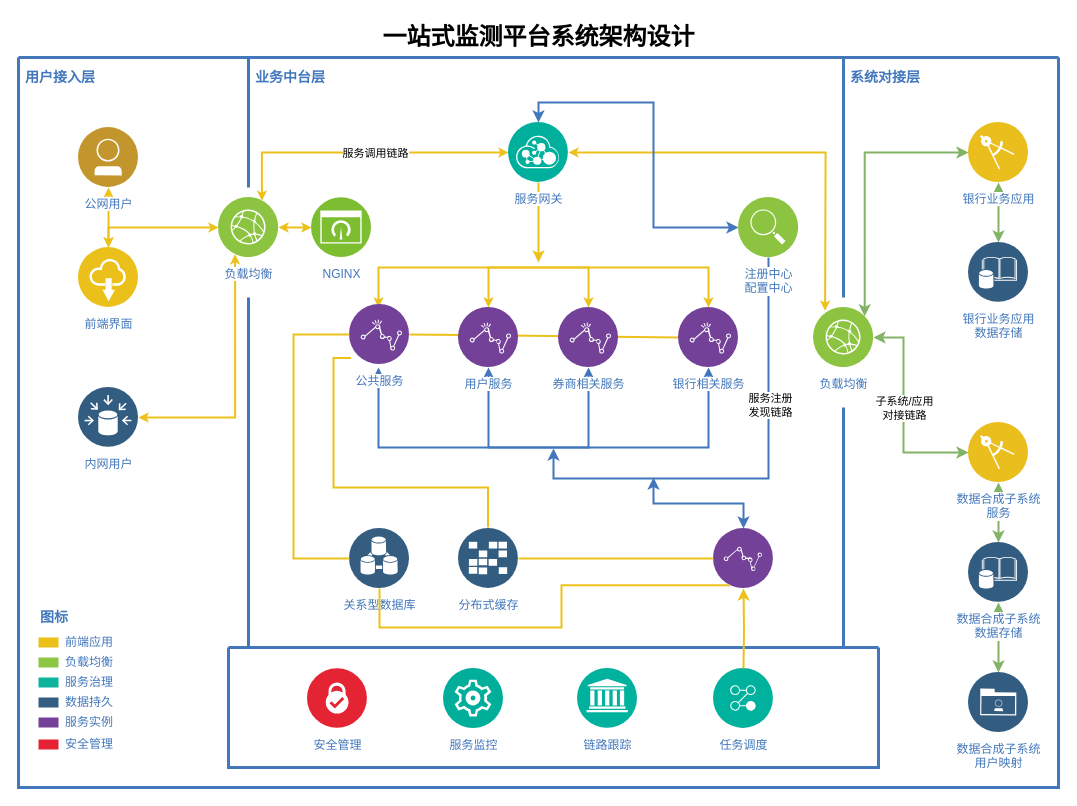
Before: documents/一站式平台.drawio in F46886799/springboot-in-action, a draw.io diagram. Source tidied: cells renumbered, new cells numbered last; positions are measured from the earlier drawing's top-left corner, leaving out a move shared by most shapes. Both pictures are drawn from the tidied source at 100%, with x=0, y=0 at pixel (18, 17).
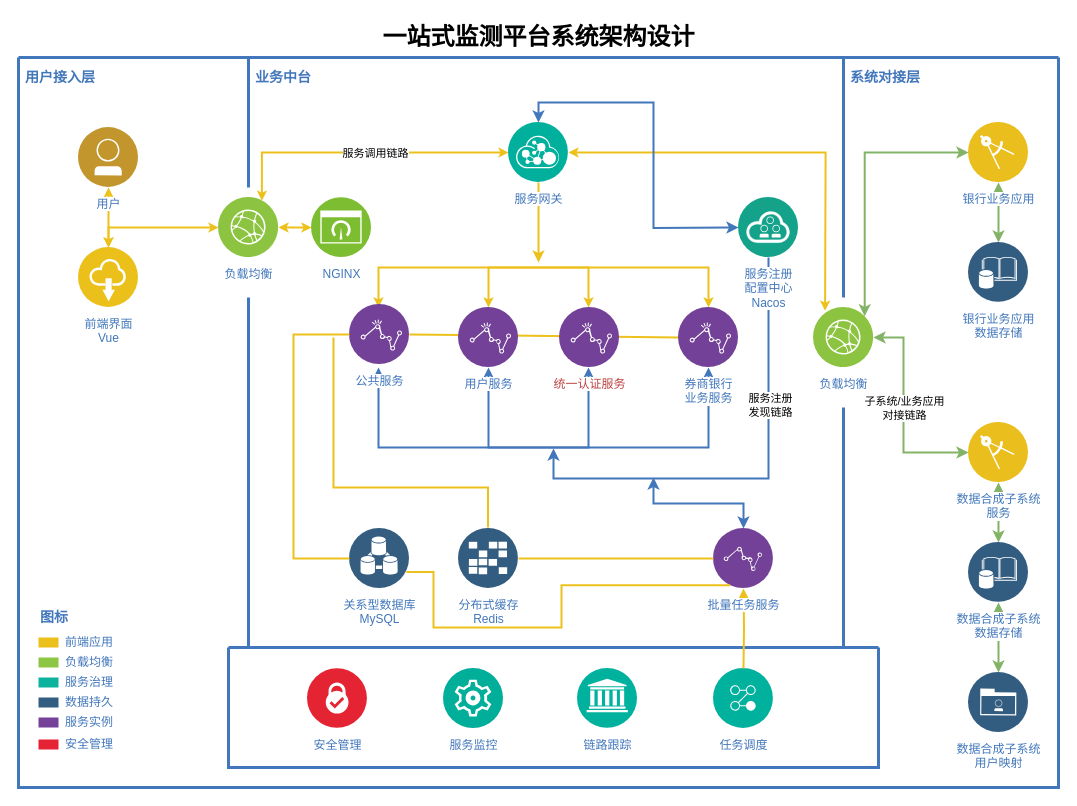
The same page after the edit.

Commit message:
更新一站式平台.drawio

Unchanged cells that the change refers to:
```xml
<mxCell id="2" style="swimlane;shadow=0;strokeColor=#4277BB;fillColor=#ffffff;fontColor=none;align=right;startSize=0;noLabel=1;strokeWidth=3;" parent="1" vertex="1">
  <mxGeometry y="40" width="1040" height="730" as="geometry" />
</mxCell>
<mxCell id="17" value="负载均衡" style="perimeter=ellipsePerimeter;html=1;align=center;shadow=0;dashed=0;image;image=img/lib/ibm/infrastructure/edge_services.svg;strokeColor=#FF0000;fillColor=#FFFF66;gradientColor=none;fontColor=#4277BB;labelBackgroundColor=#ffffff;spacingTop=3;" parent="2" vertex="1">
  <mxGeometry x="200" y="140" width="60" height="60" as="geometry" />
</mxCell>
<mxCell id="19" value="服务网关" style="perimeter=ellipsePerimeter;html=1;align=center;shadow=0;dashed=0;image;image=img/lib/ibm/management/api_management.svg;strokeColor=#FF0000;fillColor=#FFFF66;gradientColor=none;fontColor=#4277BB;labelBackgroundColor=#ffffff;spacingTop=3;" parent="2" vertex="1">
  <mxGeometry x="490" y="65" width="60" height="60" as="geometry" />
</mxCell>
<mxCell id="24" style="edgeStyle=orthogonalEdgeStyle;rounded=0;jettySize=auto;html=1;startArrow=classic;startFill=1;exitX=0;exitY=0.5;exitDx=0;exitDy=0;fillColor=#d5e8d4;strokeColor=#82b366;strokeWidth=2;" parent="2" edge="1" source="26" target="56">
  <mxGeometry relative="1" as="geometry">
    <Array as="points">
      <mxPoint x="885" y="395" />
      <mxPoint x="885" y="280" />
    </Array>
  </mxGeometry>
</mxCell>
<mxCell id="62" value="公共服务" style="perimeter=ellipsePerimeter;html=1;align=center;shadow=0;dashed=0;image;image=img/lib/ibm/analytics/analytics.svg;strokeColor=#FF0000;fillColor=#FFFF66;gradientColor=none;fontColor=#4277BB;labelBackgroundColor=#ffffff;spacingTop=3;" parent="2" vertex="1">
  <mxGeometry x="331" y="247" width="60" height="60" as="geometry" />
</mxCell>
```

Diff of the diagram source:
```diff
@@
-    <mxCell id="5" style="edgeStyle=orthogonalEdgeStyle;rounded=0;html=1;entryX=0.25;entryY=1;labelBackgroundColor=#ffffff;jettySize=auto;strokeColor=#edc11c;fontColor=#000000;strokeWidth=2;endSize=4;startSize=4;startArrow=classic;startFill=1;fillColor=#fff2cc;" parent="2" edge="1" source="16" target="17">
-      <mxGeometry relative="1" as="geometry" />
-    </mxCell>
@@
-    <mxCell id="13" value="公网用户" style="perimeter=ellipsePerimeter;html=1;align=center;shadow=0;dashed=0;image;image=img/lib/ibm/users/user.svg;strokeColor=#FF0000;fillColor=#FFFF66;gradientColor=none;fontColor=#4277BB;labelBackgroundColor=#ffffff;fontSize=12;spacingTop=3;" parent="2" vertex="1">
+    <mxCell id="13" value="用户" style="perimeter=ellipsePerimeter;html=1;align=center;shadow=0;dashed=0;image;image=img/lib/ibm/users/user.svg;strokeColor=#FF0000;fillColor=#FFFF66;gradientColor=none;fontColor=#4277BB;labelBackgroundColor=#ffffff;fontSize=12;spacingTop=3;" parent="2" vertex="1">
       <mxGeometry x="60" y="70" width="60" height="60" as="geometry" />
     </mxCell>
@@
-    <mxCell id="15" value="前端界面" style="perimeter=ellipsePerimeter;html=1;align=center;shadow=0;dashed=0;image;image=img/lib/ibm/applications/saas_applications.svg;strokeColor=#FF0000;fillColor=#FFFF66;gradientColor=none;fontColor=#4277BB;labelBackgroundColor=#ffffff;spacingTop=3;" parent="2" vertex="1">
+    <mxCell id="15" value="前端界面&lt;div&gt;Vue&lt;/div&gt;" style="perimeter=ellipsePerimeter;html=1;align=center;shadow=0;dashed=0;image;image=img/lib/ibm/applications/saas_applications.svg;strokeColor=#FF0000;fillColor=#FFFF66;gradientColor=none;fontColor=#4277BB;labelBackgroundColor=#ffffff;spacingTop=3;" parent="2" vertex="1">
       <mxGeometry x="60" y="190" width="60" height="60" as="geometry" />
     </mxCell>
-    <mxCell id="16" value="内网用户" style="perimeter=ellipsePerimeter;html=1;align=center;shadow=0;dashed=0;image;image=img/lib/ibm/data/data_sources.svg;strokeColor=#FF0000;fillColor=#FFFF66;gradientColor=none;fontColor=#4277BB;labelBackgroundColor=#ffffff;spacingTop=3;" parent="2" vertex="1">
-      <mxGeometry x="60" y="330" width="60" height="60" as="geometry" />
-    </mxCell>
@@
-    <mxCell id="21" value="银行相关服务" style="perimeter=ellipsePerimeter;html=1;align=center;shadow=0;dashed=0;image;image=img/lib/ibm/analytics/analytics.svg;strokeColor=#FF0000;fillColor=#FFFF66;gradientColor=none;fontColor=#4277BB;labelBackgroundColor=#ffffff;spacingTop=3;" parent="2" vertex="1">
+    <mxCell id="21" value="券商银行&lt;div&gt;业务服务&lt;/div&gt;" style="perimeter=ellipsePerimeter;html=1;align=center;shadow=0;dashed=0;image;image=img/lib/ibm/analytics/analytics.svg;strokeColor=#FF0000;fillColor=#FFFF66;gradientColor=none;fontColor=#4277BB;labelBackgroundColor=#ffffff;spacingTop=3;" parent="2" vertex="1">
       <mxGeometry x="660" y="250" width="60" height="60" as="geometry" />
     </mxCell>
-    <mxCell id="22" value="关系型数据库" style="perimeter=ellipsePerimeter;html=1;align=center;shadow=0;dashed=0;image;image=img/lib/ibm/data/device_registry.svg;strokeColor=#FF0000;fillColor=#FFFF66;gradientColor=none;fontColor=#4277BB;labelBackgroundColor=#ffffff;spacingTop=3;" parent="2" vertex="1">
+    <mxCell id="22" value="关系型数据库&lt;div&gt;MySQL&lt;/div&gt;" style="perimeter=ellipsePerimeter;html=1;align=center;shadow=0;dashed=0;image;image=img/lib/ibm/data/device_registry.svg;strokeColor=#FF0000;fillColor=#FFFF66;gradientColor=none;fontColor=#4277BB;labelBackgroundColor=#ffffff;spacingTop=3;" parent="2" vertex="1">
       <mxGeometry x="331" y="471" width="60" height="60" as="geometry" />
     </mxCell>
@@
-    <mxCell id="25" value="子系统/应用&lt;div&gt;对接链路&lt;/div&gt;" style="edgeLabel;html=1;align=center;verticalAlign=middle;" parent="24" vertex="1">
+    <mxCell id="25" value="子系统/业务应用&lt;div&gt;对接链路&lt;/div&gt;" style="edgeLabel;html=1;align=center;verticalAlign=middle;" parent="24" vertex="1">
       <mxGeometry x="0.05" relative="1" as="geometry" />
     </mxCell>
@@
-    <mxCell id="40" value="业务中台层" style="text;html=1;align=left;verticalAlign=middle;fontColor=#4277BB;shadow=0;dashed=0;strokeColor=none;fillColor=none;labelBackgroundColor=none;fontStyle=1;fontSize=14;spacingLeft=5;" parent="2" vertex="1">
+    <mxCell id="40" value="业务中台" style="text;html=1;align=left;verticalAlign=middle;fontColor=#4277BB;shadow=0;dashed=0;strokeColor=none;fillColor=none;labelBackgroundColor=none;fontStyle=1;fontSize=14;spacingLeft=5;" parent="2" vertex="1">
       <mxGeometry x="230" y="10" width="150" height="20" as="geometry" />
     </mxCell>
@@
-    <mxCell id="49" style="edgeStyle=orthogonalEdgeStyle;rounded=0;jettySize=auto;html=1;entryX=0.5;entryY=0;entryDx=0;entryDy=0;startArrow=classic;startFill=1;strokeWidth=2;strokeColor=#4277bb;" parent="2" edge="1" source="52" target="19">
-      <mxGeometry relative="1" as="geometry" />
+    <mxCell id="49" style="edgeStyle=orthogonalEdgeStyle;rounded=0;jettySize=auto;html=1;entryX=0.5;entryY=0;entryDx=0;entryDy=0;startArrow=classic;startFill=1;strokeWidth=2;strokeColor=#4277bb;" parent="2" edge="1" target="19">
+      <mxGeometry relative="1" as="geometry">
+        <mxPoint x="720" y="170" as="sourcePoint" />
+      </mxGeometry>
     </mxCell>
-    <mxCell id="50" style="edgeStyle=orthogonalEdgeStyle;rounded=0;jettySize=auto;html=1;strokeColor=#4277bb;strokeWidth=2;" parent="2" edge="1" source="52">
+    <mxCell id="50" style="edgeStyle=orthogonalEdgeStyle;rounded=0;orthogonalLoop=1;jettySize=auto;html=1;strokeColor=#4277bb;strokeWidth=2;" parent="2" edge="1">
       <mxGeometry relative="1" as="geometry">
+        <mxPoint x="750" y="200" as="sourcePoint" />
         <mxPoint x="535" y="391" as="targetPoint" />
         <Array as="points">
           <mxPoint x="750" y="421" />
           <mxPoint x="535" y="421" />
         </Array>
       </mxGeometry>
     </mxCell>
@@
-    <mxCell id="52" value="注册中心&lt;div&gt;配置中心&lt;/div&gt;" style="image;perimeter=ellipsePerimeter;html=1;align=center;shadow=0;dashed=0;fontColor=#4277BB;labelBackgroundColor=default;fontSize=12;spacingTop=3;image=img/lib/ibm/infrastructure/service_discovery_configuration.svg;" parent="2" vertex="1">
-      <mxGeometry x="720" y="140" width="60" height="60" as="geometry" />
-    </mxCell>
@@
-    <mxCell id="55" value="券商相关服务" style="perimeter=ellipsePerimeter;html=1;align=center;shadow=0;dashed=0;image;image=img/lib/ibm/analytics/analytics.svg;strokeColor=#FF0000;fillColor=#FFFF66;gradientColor=none;fontColor=#4277BB;labelBackgroundColor=#ffffff;spacingTop=3;" parent="2" vertex="1">
-      <mxGeometry x="540" y="250" width="60" height="60" as="geometry" />
+    <mxCell id="55" value="&lt;font color=&quot;#bd4242&quot;&gt;统一认证服务&lt;/font&gt;" style="perimeter=ellipsePerimeter;html=1;align=center;shadow=0;dashed=0;image;image=img/lib/ibm/analytics/analytics.svg;strokeColor=#FF0000;fillColor=#FFFF66;gradientColor=none;fontColor=#4277BB;labelBackgroundColor=#ffffff;spacingTop=3;" parent="2" vertex="1">
+      <mxGeometry x="541" y="250" width="60" height="60" as="geometry" />
     </mxCell>
@@
-    <mxCell id="61" value="分布式缓存" style="image;perimeter=ellipsePerimeter;html=1;align=center;shadow=0;dashed=0;fontColor=#4277BB;labelBackgroundColor=default;fontSize=12;spacingTop=3;image=img/lib/ibm/data/caches.svg;" parent="2" vertex="1">
+    <mxCell id="61" value="分布式缓存&lt;div&gt;Redis&lt;/div&gt;" style="image;perimeter=ellipsePerimeter;html=1;align=center;shadow=0;dashed=0;fontColor=#4277BB;labelBackgroundColor=default;fontSize=12;spacingTop=3;image=img/lib/ibm/data/caches.svg;" parent="2" vertex="1">
       <mxGeometry x="440" y="471" width="60" height="60" as="geometry" />
     </mxCell>
@@
-    <mxCell id="64" style="endArrow=none;html=1;rounded=0;entryX=0.5;entryY=0;entryDx=0;entryDy=0;strokeColor=#edc11c;strokeWidth=2;edgeStyle=orthogonalEdgeStyle;exitX=0.027;exitY=0.89;exitDx=0;exitDy=0;exitPerimeter=0;" parent="2" edge="1" source="62">
+    <mxCell id="64" style="endArrow=none;html=1;rounded=0;entryX=0.5;entryY=0;entryDx=0;entryDy=0;strokeColor=#edc11c;strokeWidth=2;edgeStyle=orthogonalEdgeStyle;" parent="2" edge="1">
       <mxGeometry relative="1" as="geometry">
+        <mxPoint x="315" y="280" as="sourcePoint" />
         <mxPoint x="469.5" y="470" as="targetPoint" />
         <Array as="points">
           <mxPoint x="315" y="300" />
           <mxPoint x="315" y="430" />
           <mxPoint x="469" y="430" />
         </Array>
       </mxGeometry>
     </mxCell>
@@
-    <mxCell id="66" style="image;perimeter=ellipsePerimeter;html=1;align=center;shadow=0;dashed=0;fontColor=#4277BB;labelBackgroundColor=default;fontSize=12;spacingTop=3;image=img/lib/ibm/analytics/data_repositories.svg;" parent="2" vertex="1">
+    <mxCell id="66" value="批量任务服务" style="image;perimeter=ellipsePerimeter;html=1;align=center;shadow=0;dashed=0;fontColor=#4277BB;labelBackgroundColor=default;fontSize=12;spacingTop=3;image=img/lib/ibm/analytics/data_repositories.svg;" parent="2" vertex="1">
       <mxGeometry x="695" y="471" width="60" height="60" as="geometry" />
     </mxCell>
@@
-    <mxCell id="68" style="endArrow=none;html=1;rounded=0;entryX=0.5;entryY=1;entryDx=0;entryDy=0;strokeColor=#edc11c;strokeWidth=2;edgeStyle=orthogonalEdgeStyle;exitX=0.25;exitY=1;exitDx=0;exitDy=0;" parent="2" edge="1" source="66" target="22">
+    <mxCell id="68" style="endArrow=none;html=1;rounded=0;entryX=1;entryY=0.75;entryDx=0;entryDy=0;strokeColor=#edc11c;strokeWidth=2;edgeStyle=orthogonalEdgeStyle;exitX=0.25;exitY=1;exitDx=0;exitDy=0;" parent="2" edge="1" source="66" target="22">
       <mxGeometry relative="1" as="geometry">
         <Array as="points">
           <mxPoint x="543" y="528" />
           <mxPoint x="543" y="570" />
-          <mxPoint x="361" y="570" />
+          <mxPoint x="415" y="570" />
+          <mxPoint x="415" y="514" />
         </Array>
       </mxGeometry>
     </mxCell>
+    <mxCell id="71" value="服务注册&lt;div&gt;配置中心&lt;/div&gt;&lt;div&gt;Nacos&lt;/div&gt;" style="image;perimeter=ellipsePerimeter;html=1;align=center;shadow=0;dashed=0;fontColor=#4277BB;labelBackgroundColor=default;fontSize=12;spacingTop=3;image=img/lib/ibm/management/cloud_management.svg;" parent="2" vertex="1">
+      <mxGeometry x="720" y="140" width="60" height="60" as="geometry" />
+    </mxCell>
```
